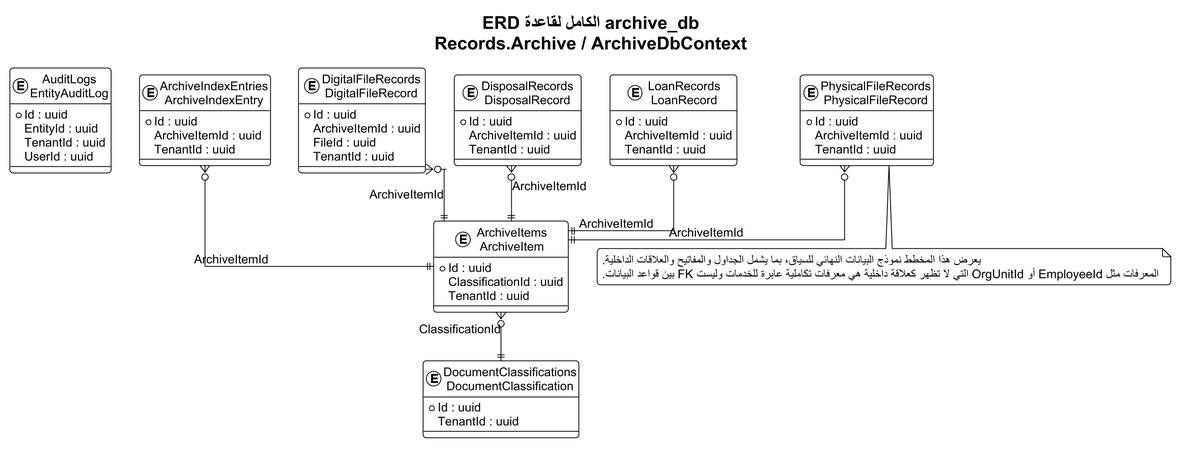
Before: docs/thesis_diagrams/database_erdds/rendered/15_archive.png, a diagram exported from PlantUML (omardefdev/HRManagement).
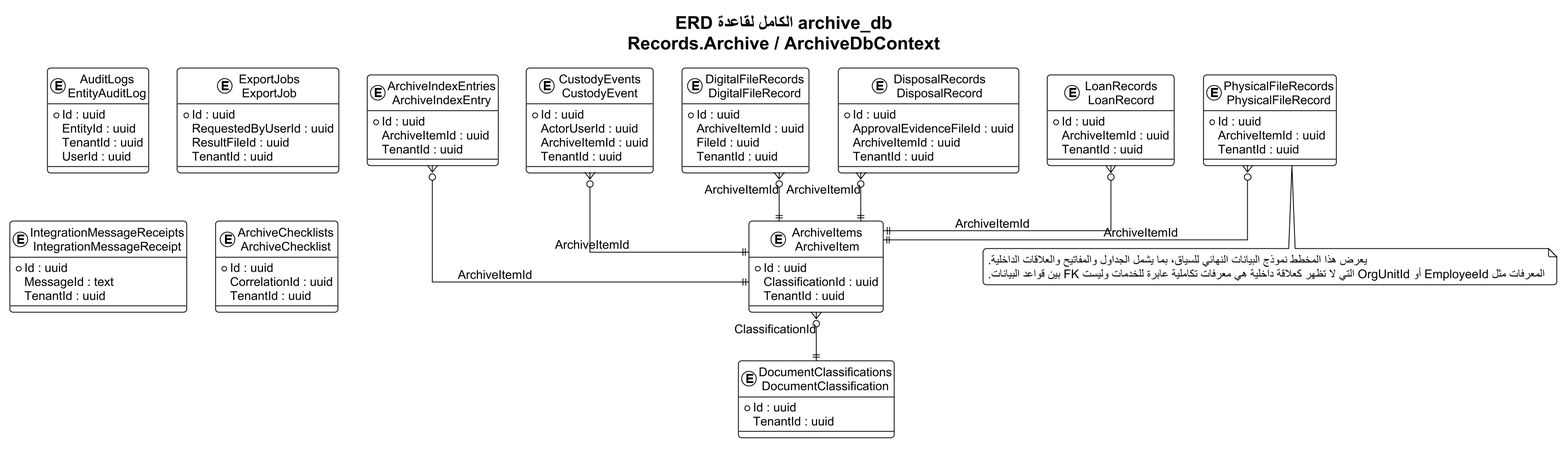
Above is the later version.

Change to the diagram source:
```diff
@@ -18,48 +18,72 @@
     TenantId : uuid
     UserId : uuid
 }
-entity "ArchiveIndexEntries\nArchiveIndexEntry" as T02 {
+entity "ExportJobs\nExportJob" as T02 {
+  * Id : uuid
+    RequestedByUserId : uuid
+    ResultFileId : uuid
+    TenantId : uuid
+}
+entity "IntegrationMessageReceipts\nIntegrationMessageReceipt" as T03 {
+  * Id : uuid
+    MessageId : text
+    TenantId : uuid
+}
+entity "ArchiveChecklists\nArchiveChecklist" as T04 {
+  * Id : uuid
+    CorrelationId : uuid
+    TenantId : uuid
+}
+entity "ArchiveIndexEntries\nArchiveIndexEntry" as T05 {
   * Id : uuid
     ArchiveItemId : uuid
     TenantId : uuid
 }
-entity "ArchiveItems\nArchiveItem" as T03 {
+entity "ArchiveItems\nArchiveItem" as T06 {
   * Id : uuid
     ClassificationId : uuid
     TenantId : uuid
 }
-entity "DigitalFileRecords\nDigitalFileRecord" as T04 {
+entity "CustodyEvents\nCustodyEvent" as T07 {
+  * Id : uuid
+    ActorUserId : uuid
+    ArchiveItemId : uuid
+    TenantId : uuid
+}
+entity "DigitalFileRecords\nDigitalFileRecord" as T08 {
   * Id : uuid
     ArchiveItemId : uuid
     FileId : uuid
     TenantId : uuid
 }
-entity "DisposalRecords\nDisposalRecord" as T05 {
+entity "DisposalRecords\nDisposalRecord" as T09 {
+  * Id : uuid
+    ApprovalEvidenceFileId : uuid
+    ArchiveItemId : uuid
+    TenantId : uuid
+}
+entity "DocumentClassifications\nDocumentClassification" as T10 {
+  * Id : uuid
+    TenantId : uuid
+}
+entity "LoanRecords\nLoanRecord" as T11 {
   * Id : uuid
     ArchiveItemId : uuid
     TenantId : uuid
 }
-entity "DocumentClassifications\nDocumentClassification" as T06 {
-  * Id : uuid
-    TenantId : uuid
-}
-entity "LoanRecords\nLoanRecord" as T07 {
-  * Id : uuid
-    ArchiveItemId : uuid
-    TenantId : uuid
-}
-entity "PhysicalFileRecords\nPhysicalFileRecord" as T08 {
+entity "PhysicalFileRecords\nPhysicalFileRecord" as T12 {
   * Id : uuid
     ArchiveItemId : uuid
     TenantId : uuid
 }
 
-T02 }o--|| T03 : ArchiveItemId
-T03 }o--|| T06 : ClassificationId
-T04 }o--|| T03 : ArchiveItemId
-T05 }o--|| T03 : ArchiveItemId
-T07 }o--|| T03 : ArchiveItemId
-T08 }o--|| T03 : ArchiveItemId
+T05 }o--|| T06 : ArchiveItemId
+T06 }o--|| T10 : ClassificationId
+T07 }o--|| T06 : ArchiveItemId
+T08 }o--|| T06 : ArchiveItemId
+T09 }o--|| T06 : ArchiveItemId
+T11 }o--|| T06 : ArchiveItemId
+T12 }o--|| T06 : ArchiveItemId
 
 note bottom
 يعرض هذا المخطط نموذج البيانات النهائي للسياق، بما يشمل الجداول والمفاتيح والعلاقات الداخلية.
```
